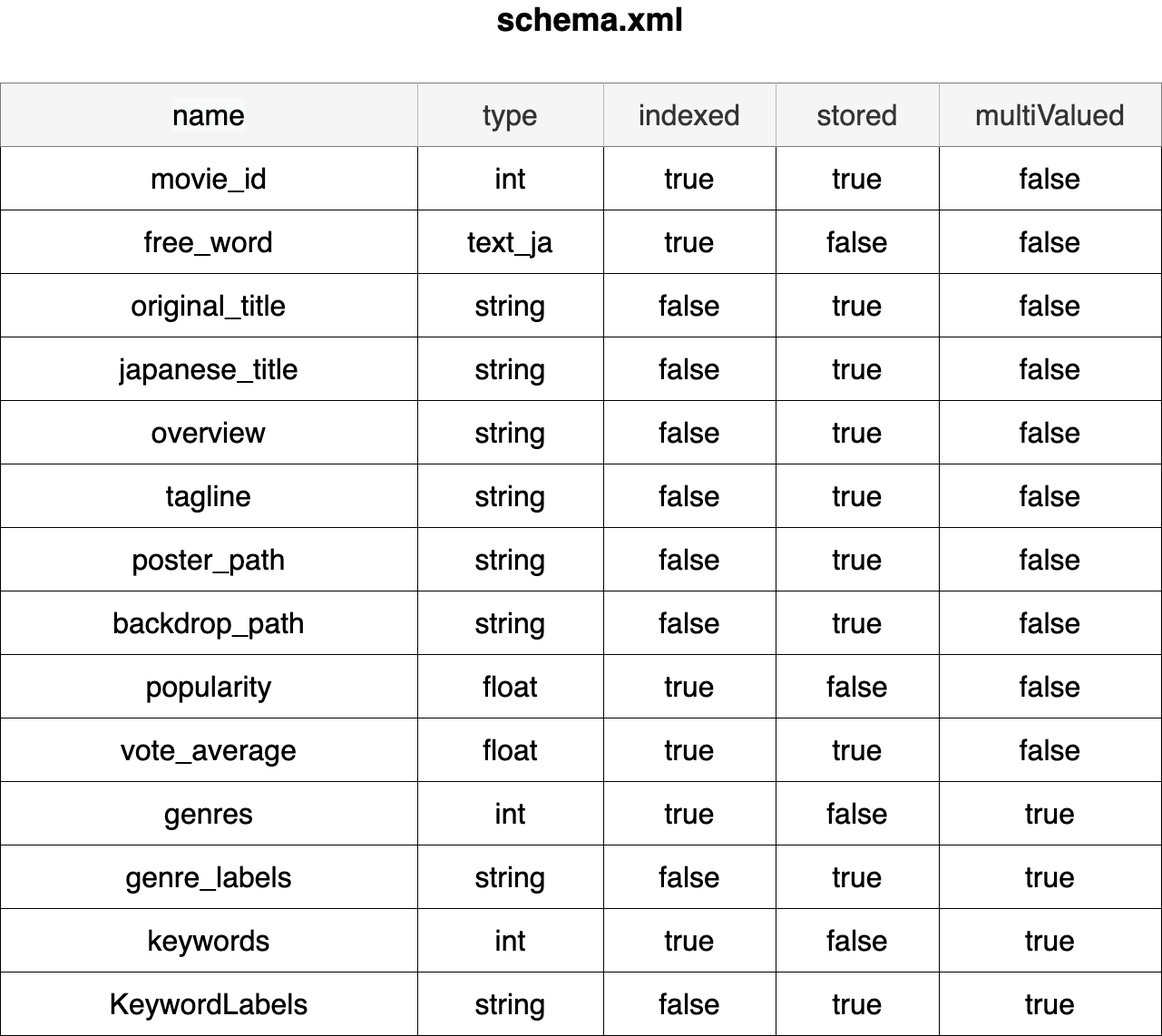
Before: docs/Data/solr-schema.png, a diagram exported from draw.io (yuya-okada527/ml-playground). Source tidied: cells renumbered, new cells last; positions are measured from the earlier drawing's top-left corner, leaving out a move shared by most shapes.
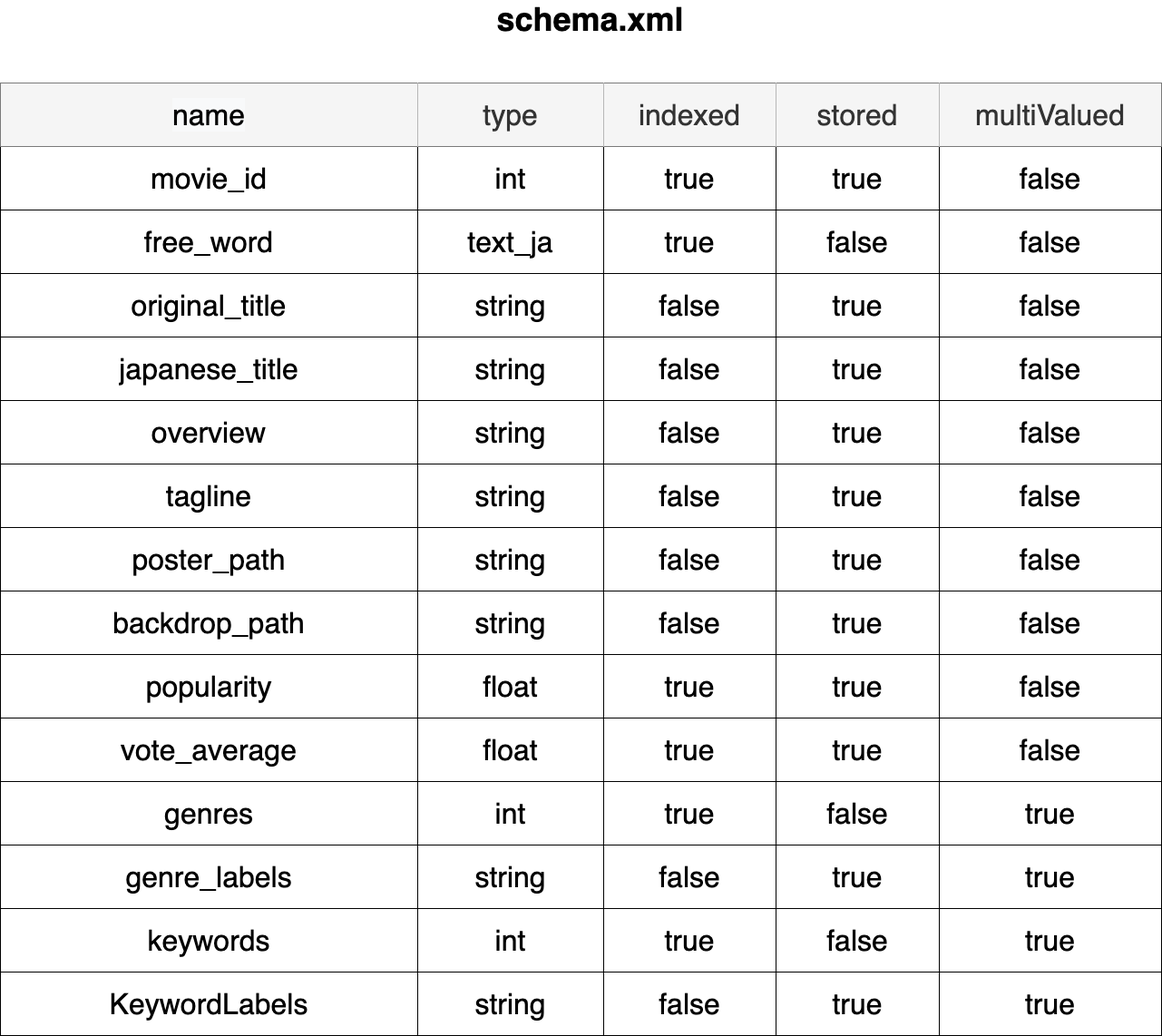
The same file after the commit.

What changed in the source:
```diff
@@ -182,7 +182,7 @@
     <mxCell id="61" value="true" style="shape=partialRectangle;html=1;whiteSpace=wrap;overflow=hidden;fillColor=none;top=0;left=0;bottom=0;right=0;fontSize=32;" parent="58" vertex="1">
       <mxGeometry x="665" width="190" height="70" as="geometry" />
     </mxCell>
-    <mxCell id="62" value="false" style="shape=partialRectangle;html=1;whiteSpace=wrap;overflow=hidden;fillColor=none;top=0;left=0;bottom=0;right=0;fontSize=32;" parent="58" vertex="1">
+    <mxCell id="62" value="true" style="shape=partialRectangle;html=1;whiteSpace=wrap;overflow=hidden;fillColor=none;top=0;left=0;bottom=0;right=0;fontSize=32;" parent="58" vertex="1">
       <mxGeometry x="855" width="180" height="70" as="geometry" />
     </mxCell>
     <mxCell id="63" value="false" style="shape=partialRectangle;html=1;whiteSpace=wrap;overflow=hidden;fillColor=none;top=0;left=0;bottom=0;right=0;fontSize=32;" parent="58" vertex="1">
```
